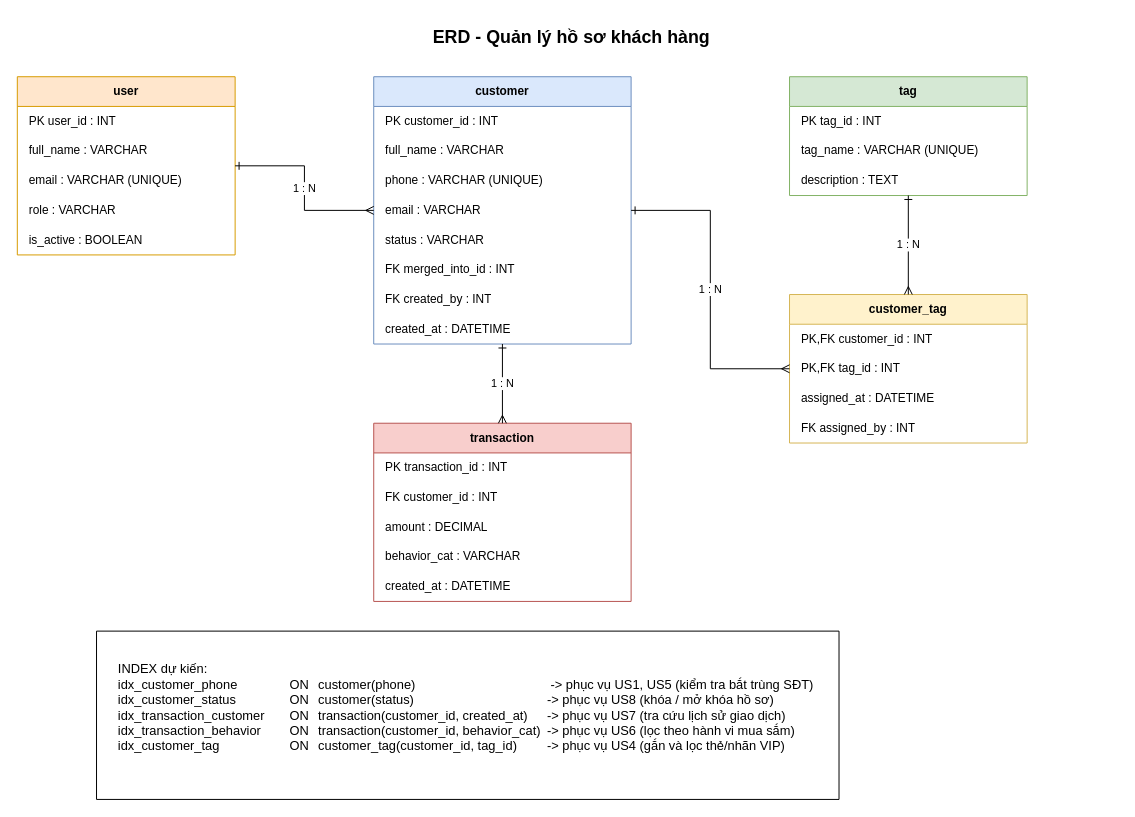
Before: docs/ERD diagram.drawio in Tuan-cloudd/cdtn1-NguyenAnhTuan-L1, a draw.io diagram. Source tidied: cells renumbered, new cells numbered last; positions are measured from the earlier drawing's top-left corner, leaving out a move shared by most shapes. Both pictures are drawn from the tidied source at 99%, with x=0, y=0 at pixel (17, 17).
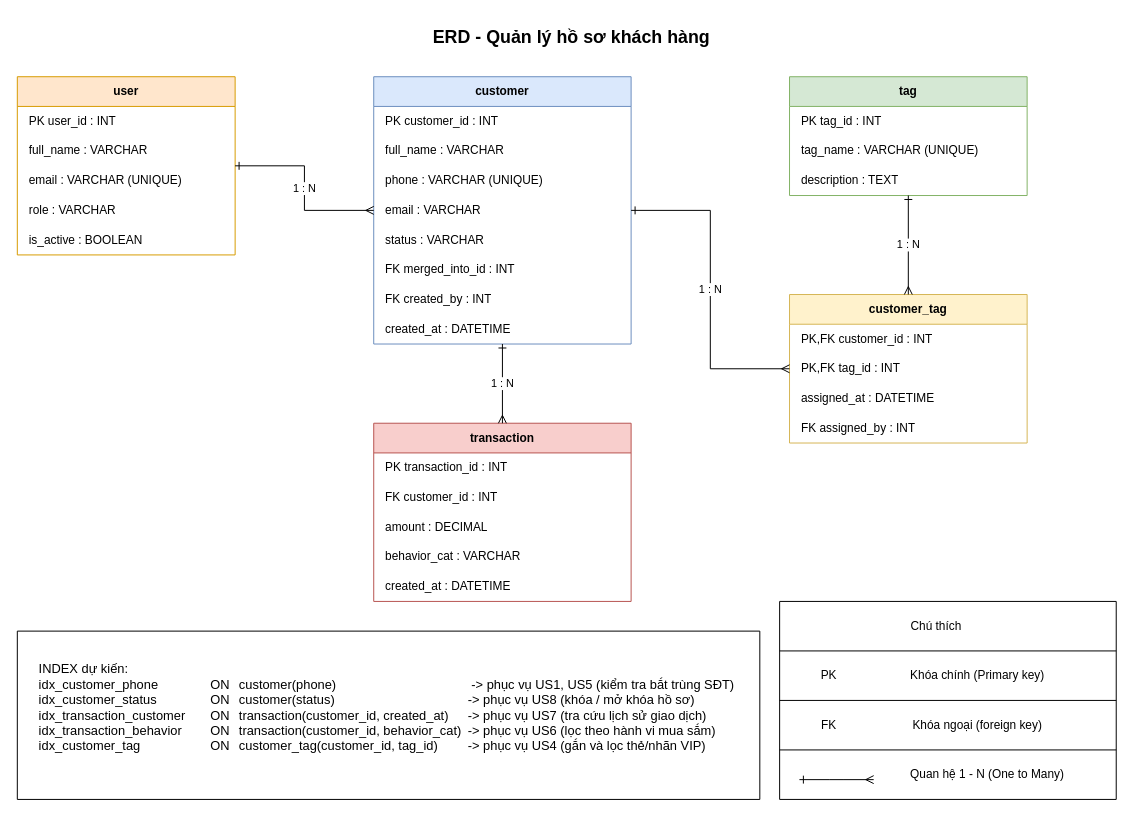
Above is the later version.

The edit, as a diff of the source:
```diff
@@
     <mxCell id="37" style="swimlane;startSize=0;" parent="1" vertex="1">
-      <mxGeometry x="80" y="620" width="750" height="170" as="geometry" />
+      <mxGeometry y="620" width="750" height="170" as="geometry" />
     </mxCell>
@@
+    <mxCell id="39" style="swimlane;startSize=0;" parent="1" vertex="1">
+      <mxGeometry x="770" y="590" width="340" height="200" as="geometry" />
+    </mxCell>
+    <mxCell id="40" value="PK" style="text;html=1;whiteSpace=wrap;strokeColor=none;fillColor=none;align=center;verticalAlign=middle;rounded=0;" parent="39" vertex="1">
+      <mxGeometry x="20" y="60" width="60" height="30" as="geometry" />
+    </mxCell>
+    <mxCell id="41" value="Khóa chính (Primary key)" style="text;html=1;whiteSpace=wrap;strokeColor=none;fillColor=none;align=center;verticalAlign=middle;rounded=0;" parent="39" vertex="1">
+      <mxGeometry x="100" y="60" width="200" height="30" as="geometry" />
+    </mxCell>
+    <mxCell id="42" value="FK" style="text;html=1;whiteSpace=wrap;strokeColor=none;fillColor=none;align=center;verticalAlign=middle;rounded=0;" parent="39" vertex="1">
+      <mxGeometry x="20" y="110" width="60" height="30" as="geometry" />
+    </mxCell>
+    <mxCell id="43" value="Khóa ngoại (foreign key)" style="text;html=1;whiteSpace=wrap;strokeColor=none;fillColor=none;align=center;verticalAlign=middle;rounded=0;" parent="39" vertex="1">
+      <mxGeometry x="100" y="110" width="200" height="30" as="geometry" />
+    </mxCell>
+    <mxCell id="44" style="edgeStyle=entityRelationEdgeStyle;fontSize=12;html=1;endArrow=ERmany;rounded=0;startArrow=ERone;startFill=0;" parent="39" edge="1">
+      <mxGeometry relative="1" as="geometry">
+        <mxPoint x="20" y="180" as="sourcePoint" />
+        <mxPoint x="95" y="180" as="targetPoint" />
+      </mxGeometry>
+    </mxCell>
+    <mxCell id="45" value="Quan hệ 1 - N (One to Many)" style="text;html=1;whiteSpace=wrap;strokeColor=none;fillColor=none;align=center;verticalAlign=middle;rounded=0;" parent="39" vertex="1">
+      <mxGeometry x="110" y="160" width="200" height="30" as="geometry" />
+    </mxCell>
+    <mxCell id="46" value="Chú thích&amp;nbsp;" style="text;html=1;whiteSpace=wrap;strokeColor=none;fillColor=none;align=center;verticalAlign=middle;rounded=0;" parent="39" vertex="1">
+      <mxGeometry x="130" y="10" width="60" height="30" as="geometry" />
+    </mxCell>
+    <mxCell id="47" style="endArrow=none;html=1;rounded=0;entryX=1;entryY=0.25;entryDx=0;entryDy=0;exitX=0;exitY=0.25;exitDx=0;exitDy=0;" parent="1" edge="1" source="39" target="39">
+      <mxGeometry relative="1" as="geometry" />
+    </mxCell>
+    <mxCell id="48" style="endArrow=none;html=1;rounded=0;entryX=1;entryY=0.5;entryDx=0;entryDy=0;exitX=0;exitY=0.5;exitDx=0;exitDy=0;" parent="1" edge="1" source="39" target="39">
+      <mxGeometry relative="1" as="geometry" />
+    </mxCell>
+    <mxCell id="49" style="endArrow=none;html=1;rounded=0;entryX=1;entryY=0.75;entryDx=0;entryDy=0;exitX=0;exitY=0.75;exitDx=0;exitDy=0;" parent="1" edge="1" source="39" target="39">
+      <mxGeometry relative="1" as="geometry" />
+    </mxCell>
```
